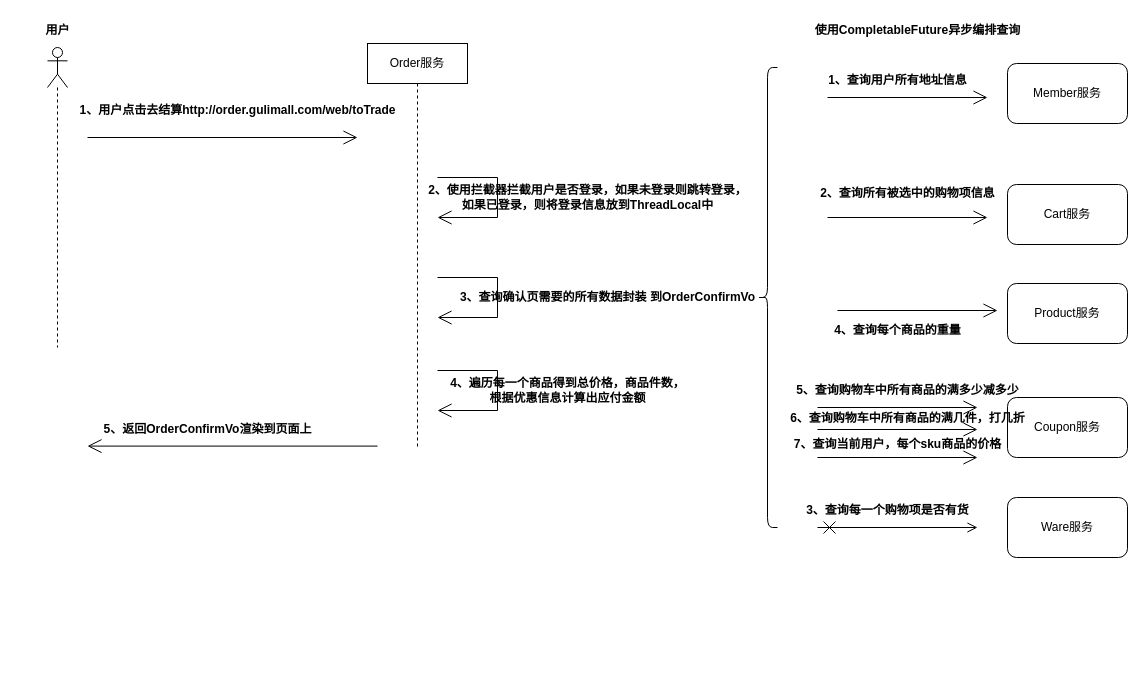
This is ShopBusiness/购物车下单流程.drawio from Chaimek/LearnPictures, a draw.io file, before an edit. Source tidied: cells renumbered, new cells numbered last; positions are measured from the earlier drawing's top-left corner, leaving out a move shared by most shapes. Both pictures are drawn from the tidied source at 100%, with x=0, y=0 at pixel (17, 17).
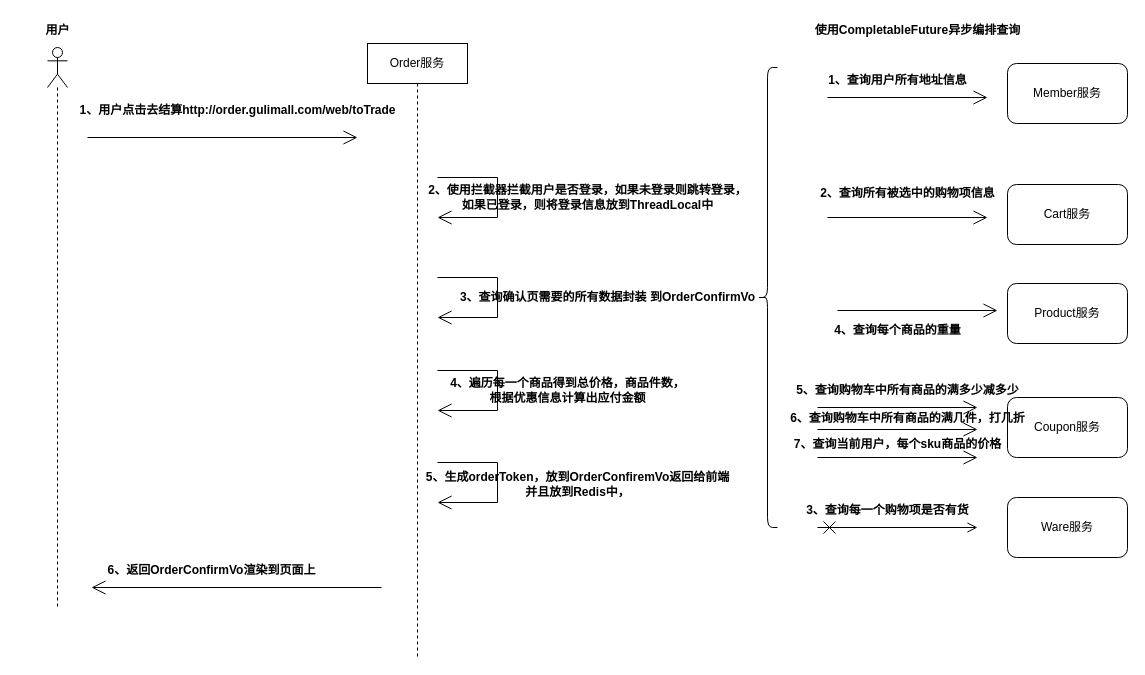
The same diagram, later.

Commit message:
更新购物车下单流程.drawio

What changed in the source:
```diff
@@
     <mxCell id="2" style="shape=umlLifeline;perimeter=lifelinePerimeter;whiteSpace=wrap;html=1;newEdgeStyle={&quot;edgeStyle&quot;:&quot;elbowEdgeStyle&quot;,&quot;elbow&quot;:&quot;vertical&quot;,&quot;curved&quot;:0,&quot;rounded&quot;:0};participant=umlActor;" parent="1" vertex="1">
-      <mxGeometry x="30" y="30" width="20" height="300" as="geometry" />
+      <mxGeometry x="30" y="30" width="20" height="560" as="geometry" />
     </mxCell>
@@
     <mxCell id="4" value="Order服务" style="shape=umlLifeline;perimeter=lifelinePerimeter;whiteSpace=wrap;html=1;newEdgeStyle={&quot;edgeStyle&quot;:&quot;elbowEdgeStyle&quot;,&quot;elbow&quot;:&quot;vertical&quot;,&quot;curved&quot;:0,&quot;rounded&quot;:0};" parent="1" vertex="1">
-      <mxGeometry x="350" y="26" width="100" height="404" as="geometry" />
+      <mxGeometry x="350" y="26" width="100" height="614" as="geometry" />
     </mxCell>
@@
     <mxCell id="11" style="endArrow=open;endFill=1;endSize=12;html=1;rounded=0;" parent="1" edge="1">
       <mxGeometry relative="1" as="geometry">
-        <mxPoint x="360" y="428.6" as="sourcePoint" />
-        <mxPoint x="70" y="428.6" as="targetPoint" />
+        <mxPoint x="364" y="570" as="sourcePoint" />
+        <mxPoint x="74" y="570" as="targetPoint" />
       </mxGeometry>
     </mxCell>
-    <mxCell id="12" value="5、返回OrderConfirmVo渲染到页面上" style="text;align=center;fontStyle=1;verticalAlign=middle;spacingLeft=3;spacingRight=3;strokeColor=none;points=[[0,0.5],[1,0.5]];portConstraint=eastwest;html=1;" parent="1" vertex="1">
-      <mxGeometry x="150" y="398.6" width="80" height="26" as="geometry" />
+    <mxCell id="12" value="6、返回OrderConfirmVo渲染到页面上" style="text;align=center;fontStyle=1;verticalAlign=middle;spacingLeft=3;spacingRight=3;strokeColor=none;points=[[0,0.5],[1,0.5]];portConstraint=eastwest;html=1;" parent="1" vertex="1">
+      <mxGeometry x="154" y="540" width="80" height="26" as="geometry" />
     </mxCell>
@@
+    <mxCell id="37" style="endArrow=open;endFill=1;endSize=12;html=1;rounded=0;" parent="1" edge="1">
+      <mxGeometry relative="1" as="geometry">
+        <mxPoint x="420" y="445" as="sourcePoint" />
+        <mxPoint x="420" y="485" as="targetPoint" />
+        <Array as="points">
+          <mxPoint x="480" y="445" />
+          <mxPoint x="480" y="485" />
+        </Array>
+      </mxGeometry>
+    </mxCell>
+    <mxCell id="38" value="5、生成orderToken，放到OrderConfiremVo返回给前端&lt;br&gt;并且放到Redis中，" style="text;align=center;fontStyle=1;verticalAlign=middle;spacingLeft=3;spacingRight=3;strokeColor=none;html=1;" parent="1" vertex="1">
+      <mxGeometry x="520" y="454" width="80" height="26" as="geometry" />
+    </mxCell>
```
